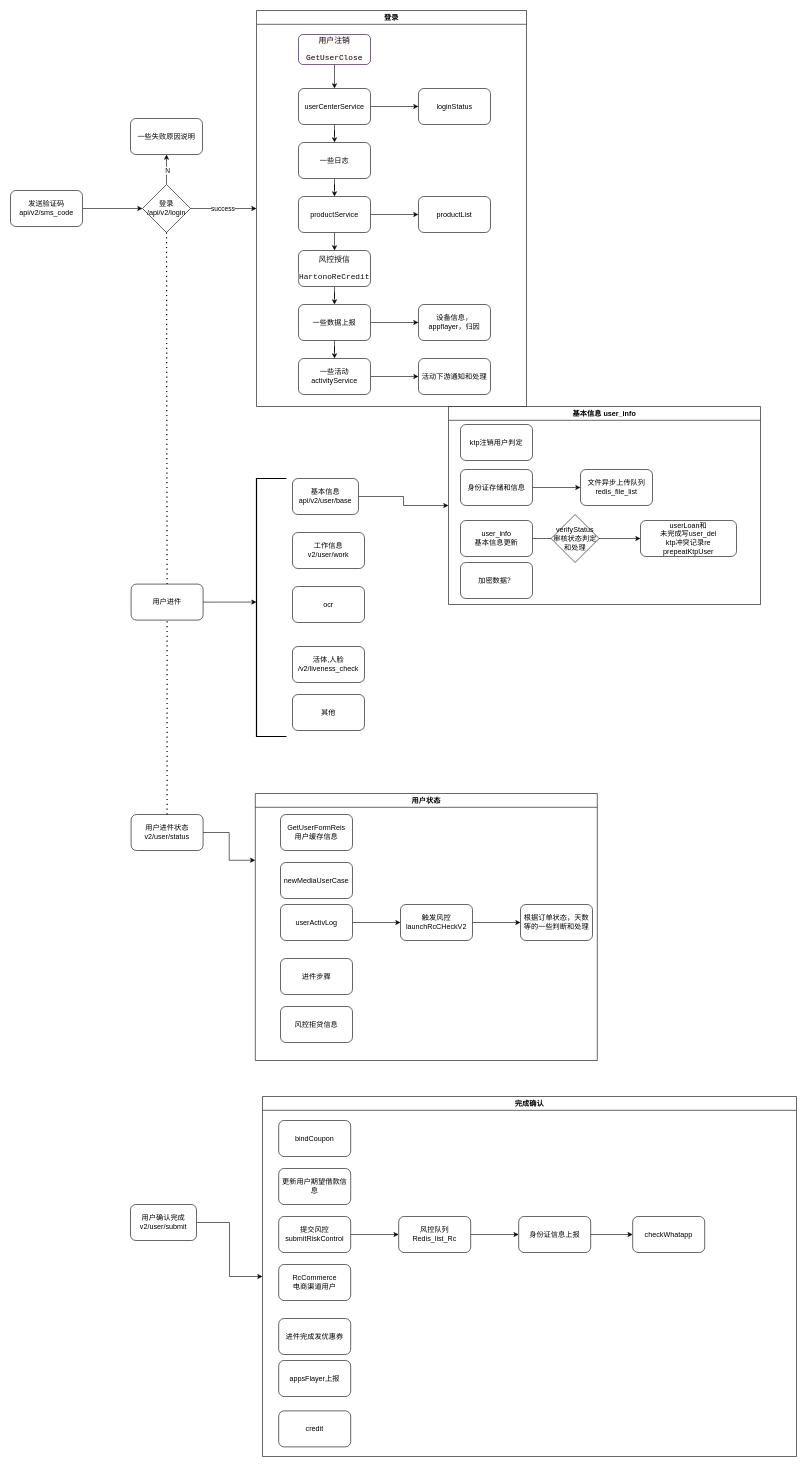
The draw.io diagram 未命名绘图.drawio in xjw440/Workerman, before the edit. Source tidied: cells renumbered, new cells numbered last; positions are measured from the earlier drawing's top-left corner, leaving out a move shared by most shapes. Both pictures are drawn from the tidied source at 60%, with x=0, y=0 at pixel (10, 10).
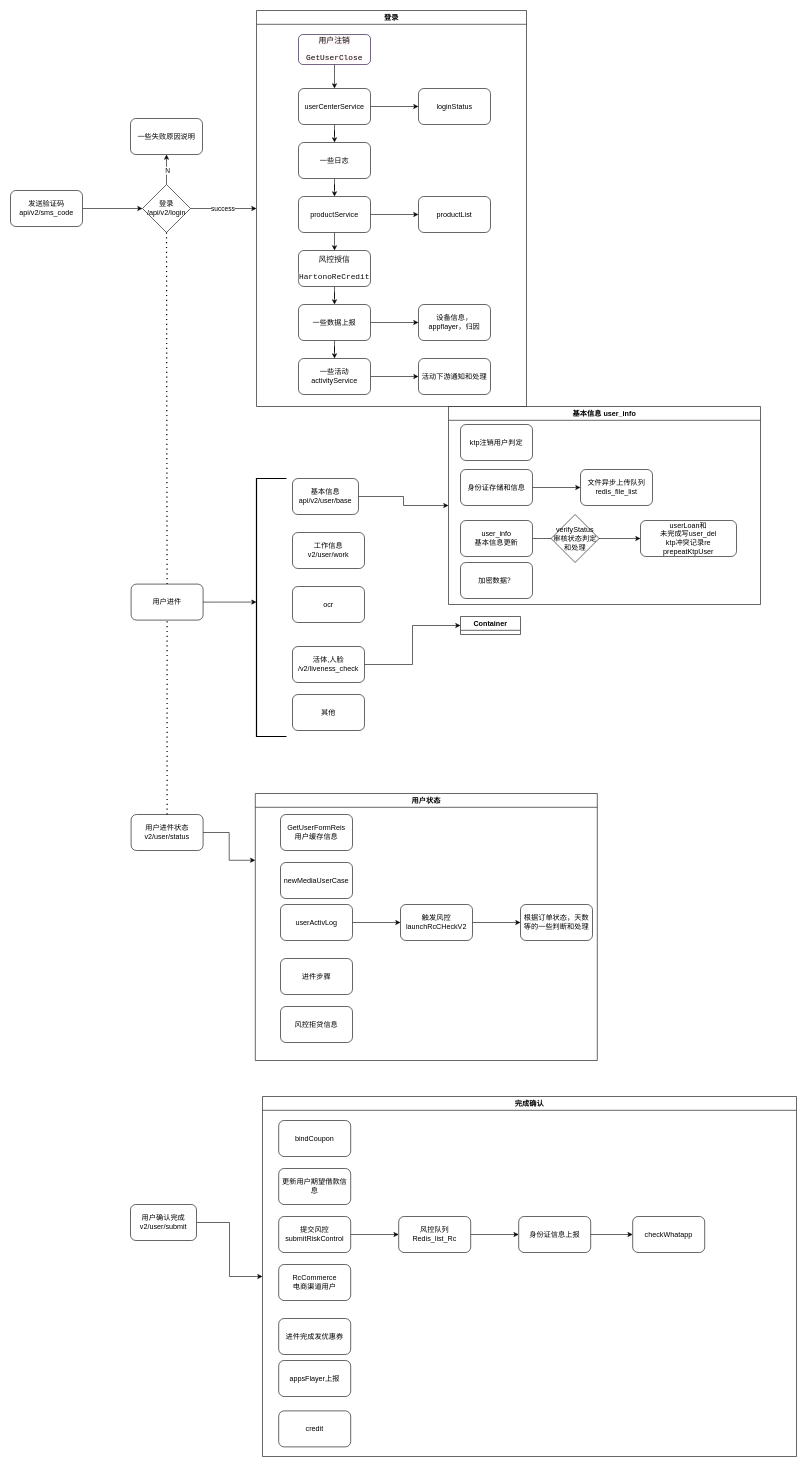
The same page after the edit.

Commit message:
更新未命名绘图.drawio

The change refers to these unchanged cells:
```xml
<mxCell id="11" value="活体,人脸&lt;br&gt;/v2/liveness_check" style="rounded=1;whiteSpace=wrap;html=1;" parent="1" vertex="1">
  <mxGeometry x="470" y="1060" width="120" height="60" as="geometry" />
</mxCell>
```

The edit, as a diff of the source:
```diff
@@
+    <mxCell id="81" style="edgeStyle=orthogonalEdgeStyle;rounded=0;jettySize=auto;html=1;entryX=0;entryY=0.5;entryDx=0;entryDy=0;" parent="1" edge="1" source="11" target="82">
+      <mxGeometry relative="1" as="geometry" />
+    </mxCell>
@@
+    <mxCell id="82" value="Container" style="swimlane;" parent="1" vertex="1" collapsed="1">
+      <mxGeometry x="750" y="1010" width="100" height="30" as="geometry" />
+    </mxCell>
```
